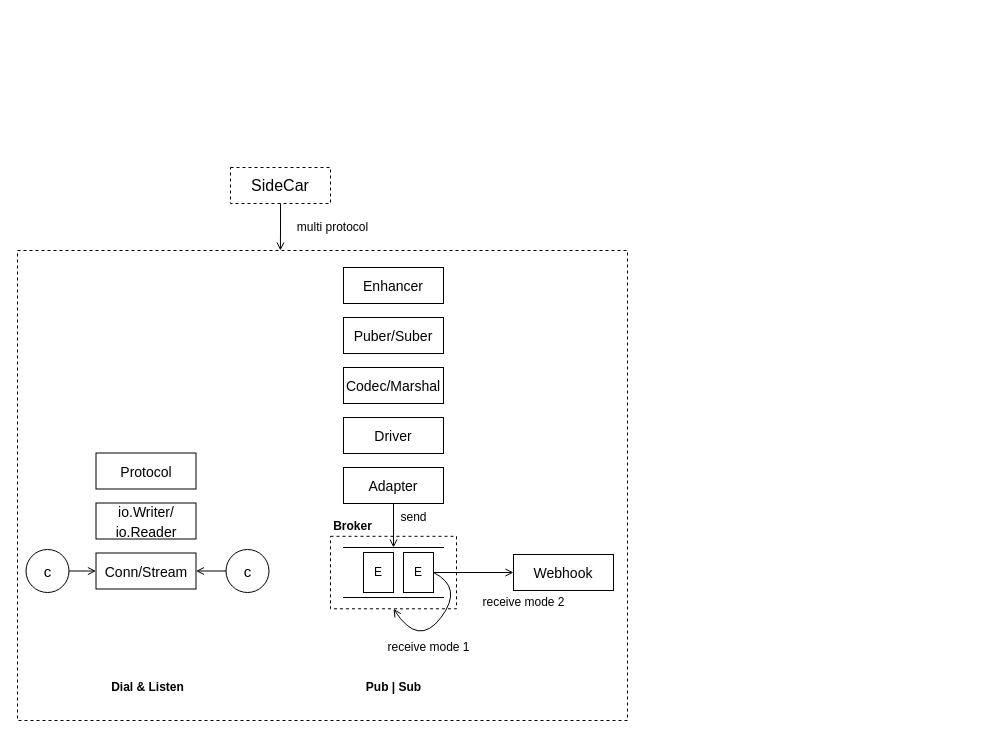
abserari/draw.io keeps this draw.io diagram as 未命名绘图.drawio. Above is the earlier version. Source tidied: cells renumbered, new cells numbered last; positions are measured from the earlier drawing's top-left corner, leaving out a move shared by most shapes. Both pictures are drawn from the tidied source at 100%, with x=0, y=0 at pixel (17, 167).
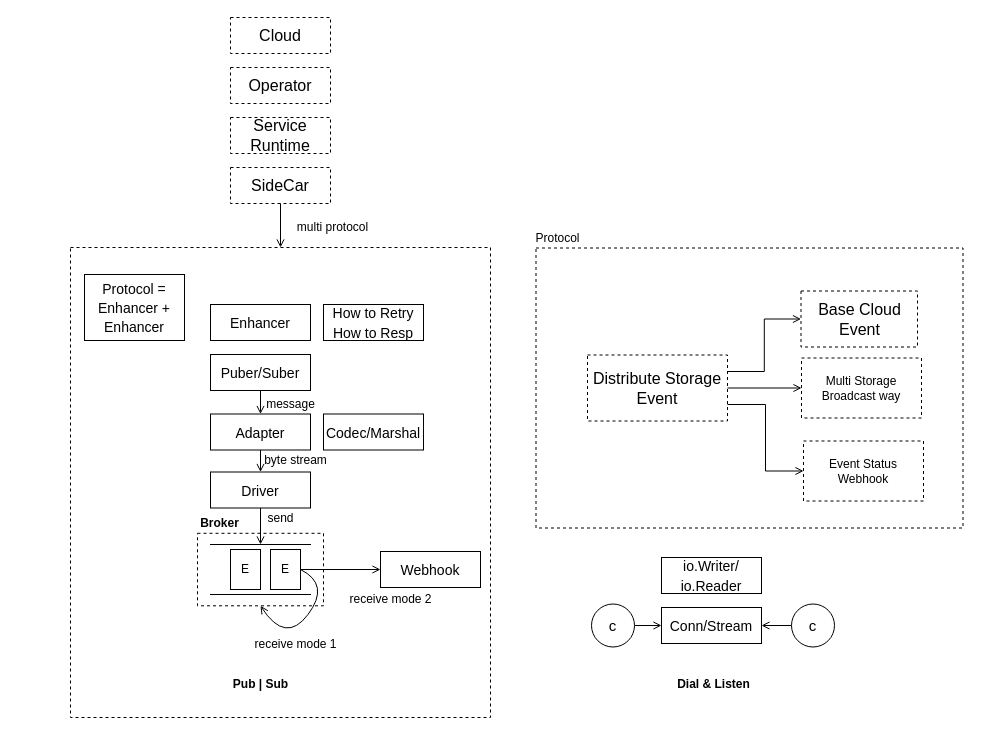
The same diagram, later.

Commit message:
更新未命名绘图.drawio

The change refers to these unchanged cells:
```xml
<mxCell id="29" value="SideCar" style="rounded=0;whiteSpace=wrap;html=1;sketch=0;fontSize=16;dashed=1;fillColor=none;" parent="1" vertex="1">
  <mxGeometry x="213" width="100" height="36" as="geometry" />
</mxCell>
```

Diff of the diagram source:
```diff
@@
+    <mxCell id="32" style="rounded=0;whiteSpace=wrap;html=1;sketch=0;fontSize=16;dashed=1;fillColor=none;" parent="1" vertex="1">
+      <mxGeometry x="518.5" y="80.5" width="427" height="280" as="geometry" />
+    </mxCell>
+    <mxCell id="30" style="rounded=0;whiteSpace=wrap;html=1;sketch=0;fontSize=16;dashed=1;fillColor=none;" parent="1" vertex="1">
+      <mxGeometry x="53" y="80" width="420" height="470" as="geometry" />
+    </mxCell>
     <mxCell id="2" style="rounded=0;whiteSpace=wrap;html=1;fillColor=none;dashed=1;" parent="1" vertex="1">
-      <mxGeometry x="313" y="368.8" width="126" height="72.5" as="geometry" />
+      <mxGeometry x="180" y="365.8" width="126" height="72.5" as="geometry" />
     </mxCell>
     <mxCell id="3" value="&lt;font style=&quot;font-size: 14px&quot;&gt;Driver&lt;/font&gt;" style="rounded=0;whiteSpace=wrap;html=1;sketch=0;fontSize=16;" parent="1" vertex="1">
-      <mxGeometry x="326" y="250" width="100" height="36" as="geometry" />
+      <mxGeometry x="193" y="304.5" width="100" height="36" as="geometry" />
     </mxCell>
     <mxCell id="4" value="&lt;font style=&quot;font-size: 14px&quot;&gt;Codec/Marshal&lt;/font&gt;" style="rounded=0;whiteSpace=wrap;html=1;sketch=0;fontSize=16;" parent="1" vertex="1">
-      <mxGeometry x="326" y="200" width="100" height="36" as="geometry" />
+      <mxGeometry x="306" y="246.5" width="100" height="36" as="geometry" />
     </mxCell>
+    <mxCell id="33" style="edgeStyle=orthogonalEdgeStyle;rounded=0;jettySize=auto;html=1;endArrow=open;endFill=0;entryX=0.5;entryY=0;entryDx=0;entryDy=0;" parent="1" edge="1" source="5" target="7">
+      <mxGeometry relative="1" as="geometry" />
+    </mxCell>
     <mxCell id="5" value="&lt;font style=&quot;font-size: 14px&quot;&gt;Puber/Suber&lt;/font&gt;" style="rounded=0;whiteSpace=wrap;html=1;sketch=0;fontSize=16;" parent="1" vertex="1">
-      <mxGeometry x="326" y="150" width="100" height="36" as="geometry" />
+      <mxGeometry x="193" y="187" width="100" height="36" as="geometry" />
     </mxCell>
-    <mxCell id="6" style="edgeStyle=orthogonalEdgeStyle;rounded=0;jettySize=auto;html=1;exitX=0.5;exitY=1;exitDx=0;exitDy=0;entryX=0.5;entryY=0;entryDx=0;entryDy=0;endArrow=open;endFill=0;" parent="1" edge="1" source="7" target="15">
+    <mxCell id="6" style="edgeStyle=orthogonalEdgeStyle;rounded=0;jettySize=auto;html=1;exitX=0.5;exitY=1;exitDx=0;exitDy=0;entryX=0.5;entryY=0;entryDx=0;entryDy=0;endArrow=open;endFill=0;" parent="1" edge="1" source="3" target="15">
       <mxGeometry relative="1" as="geometry" />
     </mxCell>
+    <mxCell id="34" style="edgeStyle=orthogonalEdgeStyle;rounded=0;jettySize=auto;html=1;endArrow=open;endFill=0;entryX=0.5;entryY=0;entryDx=0;entryDy=0;" parent="1" edge="1" source="7" target="3">
+      <mxGeometry relative="1" as="geometry" />
+    </mxCell>
     <mxCell id="7" value="&lt;span style=&quot;font-size: 14px&quot;&gt;Adapter&lt;/span&gt;" style="rounded=0;whiteSpace=wrap;html=1;sketch=0;fontSize=16;" parent="1" vertex="1">
-      <mxGeometry x="326" y="300" width="100" height="36" as="geometry" />
+      <mxGeometry x="193" y="246.5" width="100" height="36" as="geometry" />
     </mxCell>
     <mxCell id="8" value="&lt;span style=&quot;font-size: 14px&quot;&gt;Enhancer&lt;/span&gt;" style="rounded=0;whiteSpace=wrap;html=1;sketch=0;fontSize=16;" parent="1" vertex="1">
-      <mxGeometry x="326" y="100" width="100" height="36" as="geometry" />
+      <mxGeometry x="193" y="137" width="100" height="36" as="geometry" />
     </mxCell>
-    <mxCell id="9" value="&lt;span style=&quot;font-size: 14px&quot;&gt;Conn/Stream&lt;/span&gt;" style="rounded=0;whiteSpace=wrap;html=1;sketch=0;fontSize=16;" parent="1" vertex="1">
-      <mxGeometry x="78.5" y="385.5" width="100" height="36" as="geometry" />
-    </mxCell>
-    <mxCell id="10" value="&lt;font style=&quot;font-size: 14px&quot;&gt;io.Writer/&lt;br&gt;io.Reader&lt;/font&gt;" style="rounded=0;whiteSpace=wrap;html=1;sketch=0;fontSize=16;" parent="1" vertex="1">
-      <mxGeometry x="78.5" y="335.5" width="100" height="36" as="geometry" />
-    </mxCell>
-    <mxCell id="11" style="edgeStyle=orthogonalEdgeStyle;rounded=0;jettySize=auto;html=1;exitX=1;exitY=0.5;exitDx=0;exitDy=0;entryX=0;entryY=0.5;entryDx=0;entryDy=0;endArrow=open;endFill=0;" parent="1" edge="1" source="12" target="9">
-      <mxGeometry relative="1" as="geometry" />
-    </mxCell>
-    <mxCell id="12" value="&lt;font style=&quot;font-size: 15px&quot;&gt;c&lt;/font&gt;" style="ellipse;whiteSpace=wrap;html=1;" parent="1" vertex="1">
-      <mxGeometry x="8.5" y="382" width="43" height="43" as="geometry" />
-    </mxCell>
-    <mxCell id="13" style="edgeStyle=orthogonalEdgeStyle;rounded=0;jettySize=auto;html=1;exitX=0;exitY=0.5;exitDx=0;exitDy=0;entryX=1;entryY=0.5;entryDx=0;entryDy=0;endArrow=open;endFill=0;" parent="1" edge="1" source="14" target="9">
-      <mxGeometry relative="1" as="geometry" />
-    </mxCell>
-    <mxCell id="14" value="&lt;font style=&quot;font-size: 15px&quot;&gt;c&lt;/font&gt;" style="ellipse;whiteSpace=wrap;html=1;" parent="1" vertex="1">
-      <mxGeometry x="208.5" y="382" width="43" height="43" as="geometry" />
-    </mxCell>
     <mxCell id="15" style="shape=partialRectangle;whiteSpace=wrap;html=1;left=0;right=0;fillColor=none;" parent="1" vertex="1">
-      <mxGeometry x="326" y="380" width="100" height="50" as="geometry" />
+      <mxGeometry x="193" y="377" width="100" height="50" as="geometry" />
     </mxCell>
     <mxCell id="16" value="E" style="rounded=0;whiteSpace=wrap;html=1;" parent="1" vertex="1">
-      <mxGeometry x="346" y="385" width="30" height="40" as="geometry" />
+      <mxGeometry x="213" y="382" width="30" height="40" as="geometry" />
     </mxCell>
@@
     <mxCell id="18" value="E" style="rounded=0;whiteSpace=wrap;html=1;" parent="1" vertex="1">
-      <mxGeometry x="386" y="385" width="30" height="40" as="geometry" />
+      <mxGeometry x="253" y="382" width="30" height="40" as="geometry" />
     </mxCell>
     <mxCell id="19" value="Broker" style="text;html=1;align=center;verticalAlign=middle;fontStyle=1;" parent="1" vertex="1">
-      <mxGeometry x="310" y="348.8" width="50" height="20" as="geometry" />
+      <mxGeometry x="177" y="345.8" width="50" height="20" as="geometry" />
     </mxCell>
-    <mxCell id="20" value="Dial &amp;amp; Listen" style="text;html=1;align=center;verticalAlign=middle;fontStyle=1;" parent="1" vertex="1">
-      <mxGeometry x="85" y="510" width="90" height="20" as="geometry" />
-    </mxCell>
     <mxCell id="21" value="Pub | Sub" style="text;html=1;align=center;verticalAlign=middle;fontStyle=1;" parent="1" vertex="1">
-      <mxGeometry x="341" y="510" width="70" height="20" as="geometry" />
+      <mxGeometry x="208" y="507" width="70" height="20" as="geometry" />
     </mxCell>
-    <mxCell id="22" value="&lt;span style=&quot;font-size: 14px&quot;&gt;Protocol&lt;/span&gt;" style="rounded=0;whiteSpace=wrap;html=1;sketch=0;fontSize=16;" parent="1" vertex="1">
-      <mxGeometry x="78.5" y="285.5" width="100" height="36" as="geometry" />
+    <mxCell id="22" value="&lt;span style=&quot;font-size: 14px&quot;&gt;Protocol =&lt;br&gt;Enhancer + Enhancer&lt;br&gt;&lt;/span&gt;" style="rounded=0;whiteSpace=wrap;html=1;sketch=0;fontSize=16;" parent="1" vertex="1">
+      <mxGeometry x="67" y="107" width="100" height="66" as="geometry" />
     </mxCell>
     <mxCell id="23" value="&lt;span style=&quot;font-size: 14px&quot;&gt;Webhook&lt;/span&gt;" style="rounded=0;whiteSpace=wrap;html=1;sketch=0;fontSize=16;" parent="1" vertex="1">
-      <mxGeometry x="496" y="387" width="100" height="36" as="geometry" />
+      <mxGeometry x="363" y="384" width="100" height="36" as="geometry" />
     </mxCell>
     <mxCell id="24" value="send" style="text;html=1;align=center;verticalAlign=middle;" parent="1" vertex="1">
-      <mxGeometry x="376" y="339.5" width="40" height="20" as="geometry" />
+      <mxGeometry x="243" y="340.5" width="40" height="20" as="geometry" />
     </mxCell>
     <mxCell id="25" value="receive mode 2" style="text;html=1;align=center;verticalAlign=middle;" parent="1" vertex="1">
-      <mxGeometry x="456" y="425" width="100" height="20" as="geometry" />
+      <mxGeometry x="323" y="422" width="100" height="20" as="geometry" />
     </mxCell>
     <mxCell id="26" style="curved=1;endArrow=open;html=1;exitX=1;exitY=0.5;exitDx=0;exitDy=0;entryX=0.5;entryY=1;entryDx=0;entryDy=0;endFill=0;" parent="1" edge="1" source="18" target="2">
       <mxGeometry relative="1" as="geometry">
         <Array as="points">
-          <mxPoint x="446" y="420" />
-          <mxPoint x="401" y="480" />
+          <mxPoint x="313" y="417" />
+          <mxPoint x="268" y="477" />
         </Array>
       </mxGeometry>
     </mxCell>
     <mxCell id="27" value="receive mode 1" style="text;html=1;align=center;verticalAlign=middle;" parent="1" vertex="1">
-      <mxGeometry x="361" y="470" width="100" height="20" as="geometry" />
+      <mxGeometry x="228" y="467" width="100" height="20" as="geometry" />
     </mxCell>
-    <mxCell id="28" style="edgeStyle=orthogonalEdgeStyle;rounded=0;jettySize=auto;html=1;endArrow=open;endFill=0;entryX=0.431;entryY=0;entryDx=0;entryDy=0;entryPerimeter=0;" parent="1" edge="1" source="29" target="30">
+    <mxCell id="28" style="edgeStyle=orthogonalEdgeStyle;rounded=0;jettySize=auto;html=1;endArrow=open;endFill=0;entryX=0.5;entryY=0;entryDx=0;entryDy=0;" parent="1" edge="1" source="29" target="30">
       <mxGeometry relative="1" as="geometry" />
     </mxCell>
@@
-    <mxCell id="30" style="rounded=0;whiteSpace=wrap;html=1;sketch=0;fontSize=16;dashed=1;fillColor=none;" parent="1" vertex="1">
-      <mxGeometry y="83" width="610" height="470" as="geometry" />
-    </mxCell>
@@
+    <mxCell id="35" value="Service Runtime" style="rounded=0;whiteSpace=wrap;html=1;sketch=0;fontSize=16;dashed=1;fillColor=none;" parent="1" vertex="1">
+      <mxGeometry x="213" y="-50" width="100" height="36" as="geometry" />
+    </mxCell>
+    <mxCell id="36" value="Operator" style="rounded=0;whiteSpace=wrap;html=1;sketch=0;fontSize=16;dashed=1;fillColor=none;" parent="1" vertex="1">
+      <mxGeometry x="213" y="-100" width="100" height="36" as="geometry" />
+    </mxCell>
+    <mxCell id="37" value="Cloud" style="rounded=0;whiteSpace=wrap;html=1;sketch=0;fontSize=16;dashed=1;fillColor=none;" parent="1" vertex="1">
+      <mxGeometry x="213" y="-150" width="100" height="36" as="geometry" />
+    </mxCell>
+    <mxCell id="38" value="&lt;span style=&quot;font-size: 14px&quot;&gt;How to Retry&lt;br&gt;How to Resp&lt;br&gt;&lt;/span&gt;" style="rounded=0;whiteSpace=wrap;html=1;sketch=0;fontSize=16;" parent="1" vertex="1">
+      <mxGeometry x="306" y="137" width="100" height="36" as="geometry" />
+    </mxCell>
+    <mxCell id="39" style="edgeStyle=orthogonalEdgeStyle;rounded=0;jettySize=auto;html=1;endArrow=open;endFill=0;exitX=1;exitY=0.25;exitDx=0;exitDy=0;entryX=0;entryY=0.5;entryDx=0;entryDy=0;" parent="1" edge="1" source="42" target="43">
+      <mxGeometry relative="1" as="geometry" />
+    </mxCell>
+    <mxCell id="40" style="edgeStyle=orthogonalEdgeStyle;rounded=0;jettySize=auto;html=1;endArrow=open;endFill=0;entryX=0;entryY=0.5;entryDx=0;entryDy=0;" parent="1" edge="1" source="42" target="45">
+      <mxGeometry relative="1" as="geometry" />
+    </mxCell>
+    <mxCell id="41" style="edgeStyle=orthogonalEdgeStyle;rounded=0;jettySize=auto;html=1;exitX=1;exitY=0.75;exitDx=0;exitDy=0;entryX=0;entryY=0.5;entryDx=0;entryDy=0;endArrow=open;endFill=0;" parent="1" edge="1" source="42" target="46">
+      <mxGeometry relative="1" as="geometry" />
+    </mxCell>
+    <mxCell id="42" value="Distribute Storage&lt;br&gt;Event" style="rounded=0;whiteSpace=wrap;html=1;sketch=0;fontSize=16;dashed=1;fillColor=none;" parent="1" vertex="1">
+      <mxGeometry x="570" y="187.5" width="140" height="66" as="geometry" />
+    </mxCell>
+    <mxCell id="43" value="Base Cloud&lt;br&gt;Event" style="rounded=0;whiteSpace=wrap;html=1;sketch=0;fontSize=16;dashed=1;fillColor=none;" parent="1" vertex="1">
+      <mxGeometry x="783.5" y="123.5" width="116.5" height="56" as="geometry" />
+    </mxCell>
+    <mxCell id="44" value="Protocol" style="text;html=1;align=center;verticalAlign=middle;" parent="1" vertex="1">
+      <mxGeometry x="510" y="60.5" width="60" height="20" as="geometry" />
+    </mxCell>
+    <mxCell id="45" value="Multi Storage Broadcast way" style="whiteSpace=wrap;html=1;dashed=1;fillColor=none;" parent="1" vertex="1">
+      <mxGeometry x="784" y="190.5" width="120" height="60" as="geometry" />
+    </mxCell>
+    <mxCell id="46" value="Event Status Webhook" style="whiteSpace=wrap;html=1;dashed=1;fillColor=none;" parent="1" vertex="1">
+      <mxGeometry x="786" y="273.5" width="120" height="60" as="geometry" />
+    </mxCell>
+    <mxCell id="47" value="message" style="text;html=1;align=center;verticalAlign=middle;" parent="1" vertex="1">
+      <mxGeometry x="243" y="226.5" width="60" height="20" as="geometry" />
+    </mxCell>
+    <mxCell id="48" value="byte stream" style="text;html=1;align=center;verticalAlign=middle;" parent="1" vertex="1">
+      <mxGeometry x="238" y="282.5" width="80" height="20" as="geometry" />
+    </mxCell>
+    <mxCell id="9" value="&lt;span style=&quot;font-size: 14px&quot;&gt;Conn/Stream&lt;/span&gt;" style="rounded=0;whiteSpace=wrap;html=1;sketch=0;fontSize=16;" parent="1" vertex="1">
+      <mxGeometry x="644" y="440" width="100" height="36" as="geometry" />
+    </mxCell>
+    <mxCell id="10" value="&lt;font style=&quot;font-size: 14px&quot;&gt;io.Writer/&lt;br&gt;io.Reader&lt;/font&gt;" style="rounded=0;whiteSpace=wrap;html=1;sketch=0;fontSize=16;" parent="1" vertex="1">
+      <mxGeometry x="644" y="390" width="100" height="36" as="geometry" />
+    </mxCell>
+    <mxCell id="49" style="edgeStyle=orthogonalEdgeStyle;rounded=0;jettySize=auto;html=1;exitX=1;exitY=0.5;exitDx=0;exitDy=0;entryX=0;entryY=0.5;entryDx=0;entryDy=0;endArrow=open;endFill=0;" parent="1" edge="1" source="50" target="9">
+      <mxGeometry relative="1" as="geometry" />
+    </mxCell>
+    <mxCell id="50" value="&lt;font style=&quot;font-size: 15px&quot;&gt;c&lt;/font&gt;" style="ellipse;whiteSpace=wrap;html=1;" parent="1" vertex="1">
+      <mxGeometry x="574" y="436.5" width="43" height="43" as="geometry" />
+    </mxCell>
+    <mxCell id="51" style="edgeStyle=orthogonalEdgeStyle;rounded=0;jettySize=auto;html=1;exitX=0;exitY=0.5;exitDx=0;exitDy=0;entryX=1;entryY=0.5;entryDx=0;entryDy=0;endArrow=open;endFill=0;" parent="1" edge="1" source="52" target="9">
+      <mxGeometry relative="1" as="geometry" />
+    </mxCell>
+    <mxCell id="52" value="&lt;font style=&quot;font-size: 15px&quot;&gt;c&lt;/font&gt;" style="ellipse;whiteSpace=wrap;html=1;" parent="1" vertex="1">
+      <mxGeometry x="774" y="436.5" width="43" height="43" as="geometry" />
+    </mxCell>
+    <mxCell id="20" value="Dial &amp;amp; Listen" style="text;html=1;align=center;verticalAlign=middle;fontStyle=1;" parent="1" vertex="1">
+      <mxGeometry x="650.5" y="507" width="90" height="20" as="geometry" />
+    </mxCell>
```
